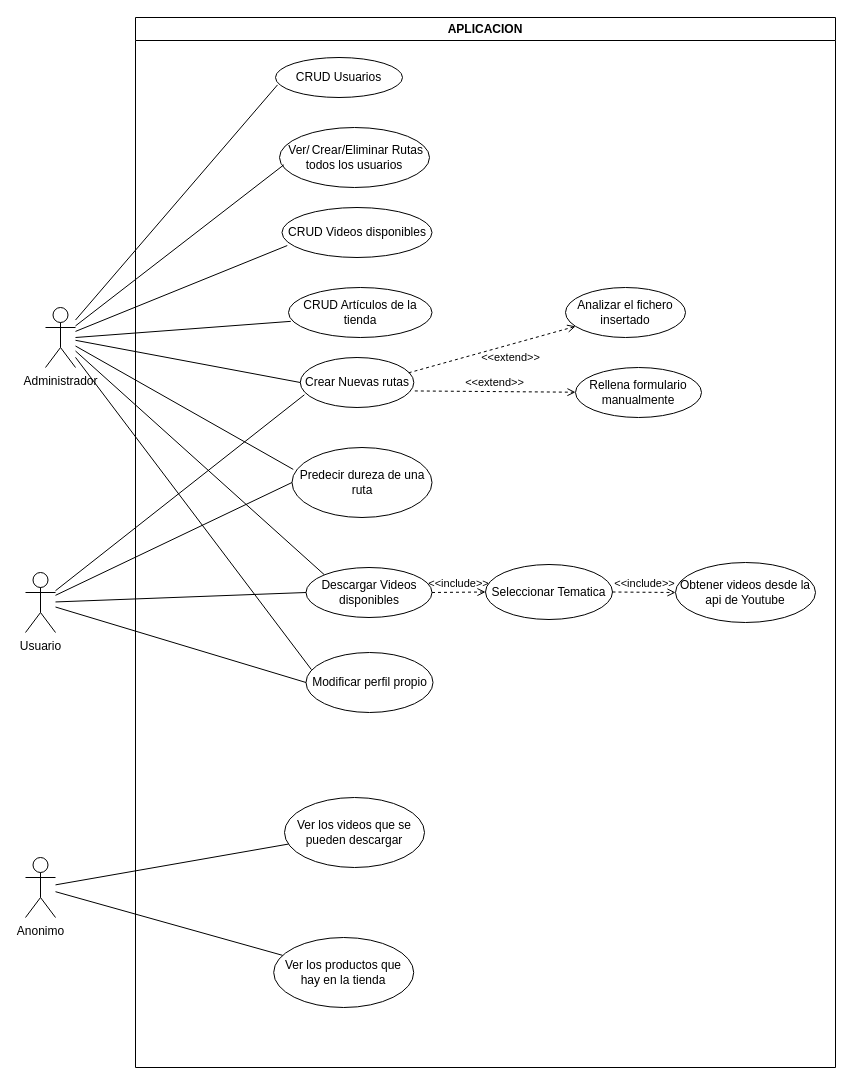
This is DiagramaCasosUso.drawio from Pablolumar1/Diagramas_ProyectoFinal, a draw.io file, before an edit. Source tidied: cells renumbered, new cells numbered last; positions are measured from the earlier drawing's top-left corner, leaving out a move shared by most shapes. Both pictures are drawn from the tidied source at 100%, with x=0, y=0 at pixel (25, 17).
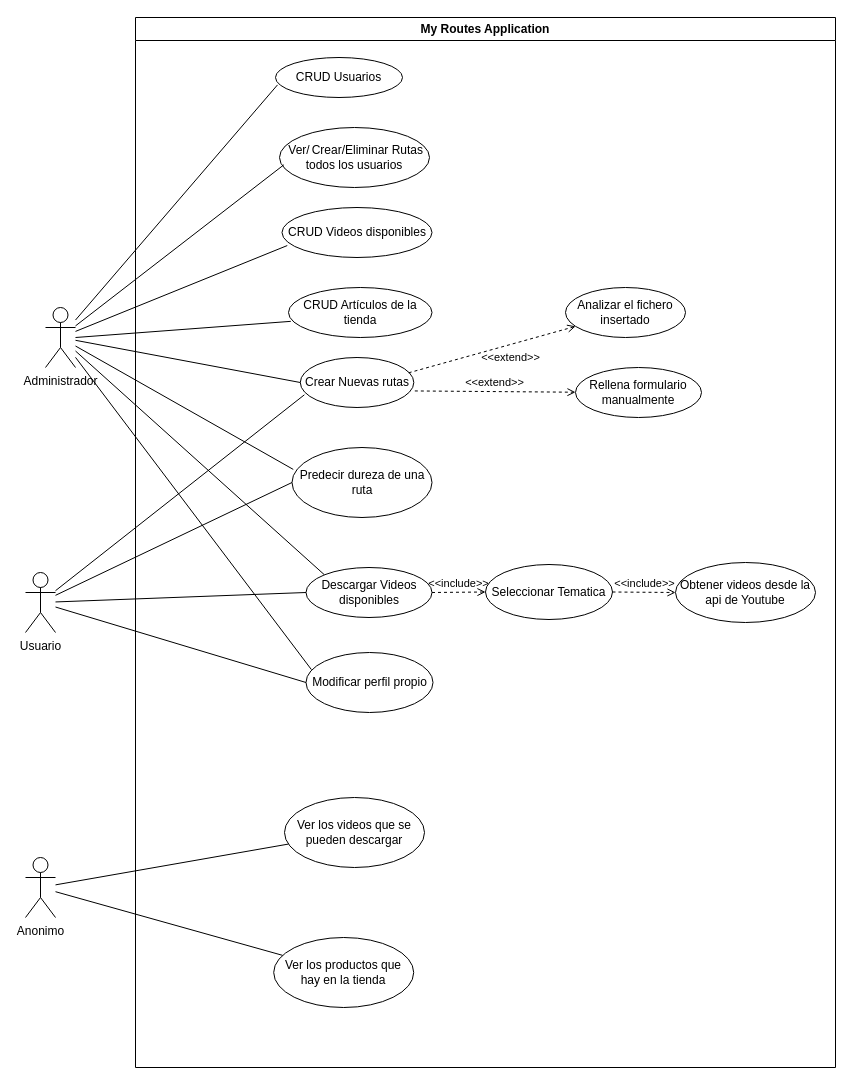
After the change.

Commit message:
Modificación de título

What changed in the source:
```diff
@@
-    <mxCell id="3" value="APLICACION" style="swimlane;whiteSpace=wrap;html=1;startSize=23;" parent="1" vertex="1">
+    <mxCell id="3" value="My Routes App&lt;span style=&quot;background-color: transparent; color: light-dark(rgb(0, 0, 0), rgb(255, 255, 255));&quot;&gt;lication&lt;/span&gt;" style="swimlane;whiteSpace=wrap;html=1;startSize=23;" parent="1" vertex="1">
       <mxGeometry x="110" width="700" height="1050" as="geometry" />
     </mxCell>
```
